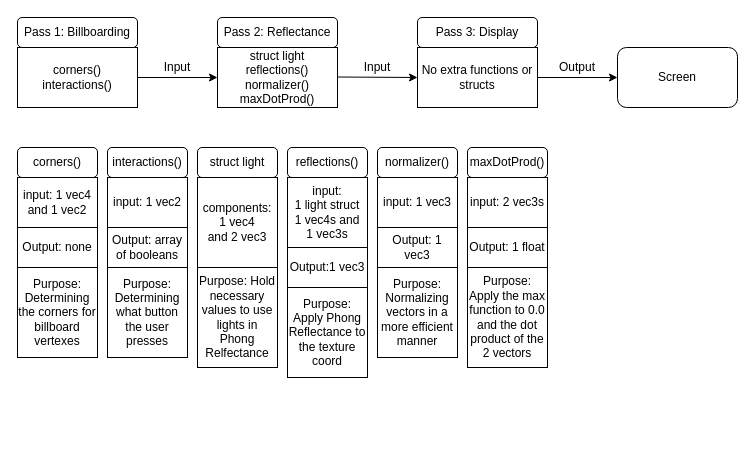
IanMelvin/GPRO-200-02-Repository keeps this draw.io diagram as Final_Project_UML.drawio. Above is the earlier version. Source tidied: cells renumbered, new cells numbered last; positions are measured from the earlier drawing's top-left corner, leaving out a move shared by most shapes. Both pictures are drawn from the tidied source at 100%, with x=0, y=0 at pixel (17, 17).
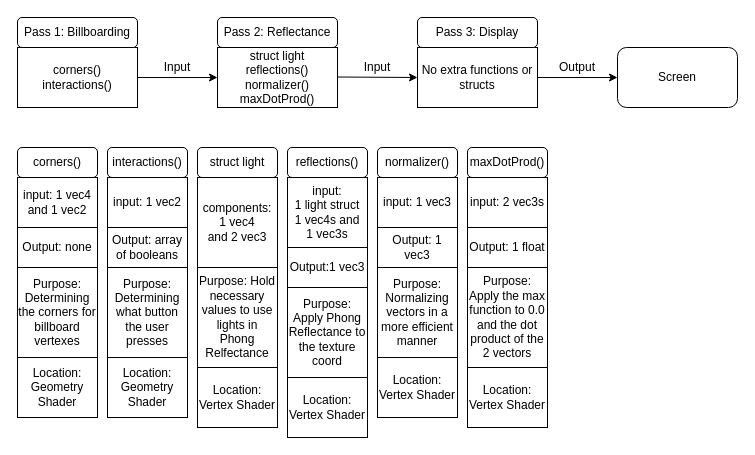
After the change.

Commit message (it also covers changes not shown here):
Added which shader each function/struct exists in

The edit, as a diff of the source:
```diff
@@
+    <mxCell id="38" value="Location: Geometry Shader" style="rounded=0;whiteSpace=wrap;html=1;" parent="1" vertex="1">
+      <mxGeometry y="340" width="80" height="60" as="geometry" />
+    </mxCell>
+    <mxCell id="39" value="Location: Geometry Shader" style="rounded=0;whiteSpace=wrap;html=1;" parent="1" vertex="1">
+      <mxGeometry x="90" y="340" width="80" height="60" as="geometry" />
+    </mxCell>
+    <mxCell id="40" value="&lt;div&gt;Location: Vertex Shader&lt;/div&gt;" style="rounded=0;whiteSpace=wrap;html=1;" parent="1" vertex="1">
+      <mxGeometry x="180" y="350" width="80" height="60" as="geometry" />
+    </mxCell>
+    <mxCell id="41" value="Location: Vertex Shader" style="rounded=0;whiteSpace=wrap;html=1;" parent="1" vertex="1">
+      <mxGeometry x="270" y="360" width="80" height="60" as="geometry" />
+    </mxCell>
+    <mxCell id="42" value="Location: Vertex Shader" style="rounded=0;whiteSpace=wrap;html=1;" parent="1" vertex="1">
+      <mxGeometry x="360" y="340" width="80" height="60" as="geometry" />
+    </mxCell>
+    <mxCell id="43" value="Location: Vertex Shader" style="rounded=0;whiteSpace=wrap;html=1;" parent="1" vertex="1">
+      <mxGeometry x="450" y="350" width="80" height="60" as="geometry" />
+    </mxCell>
```
